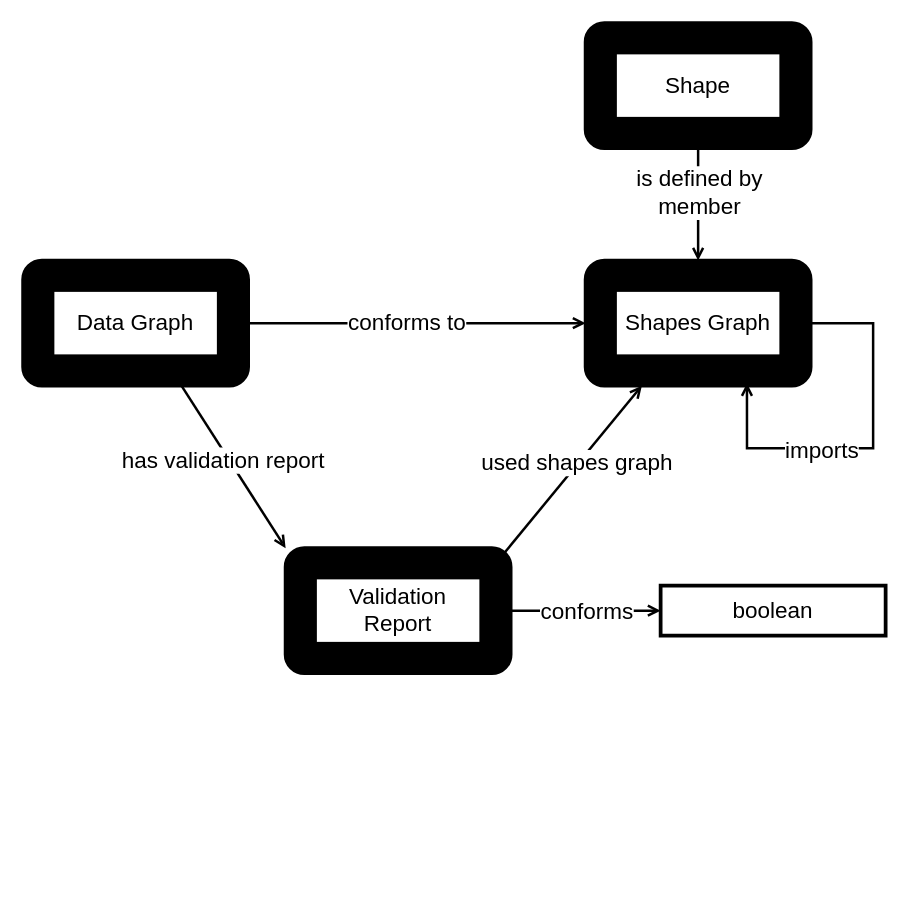
This is page "profiles vocab" (4 of 4) of shacl12-profiling/img/shacl-profiles.drawio from w3c/data-shapes, a draw.io file, before an edit. Source tidied: cells renumbered, new cells numbered last; positions are measured from the earlier drawing's top-left corner, leaving out a move shared by most shapes. Both pictures are drawn from the tidied source at 125%, with x=0, y=0 at pixel (22, 22).
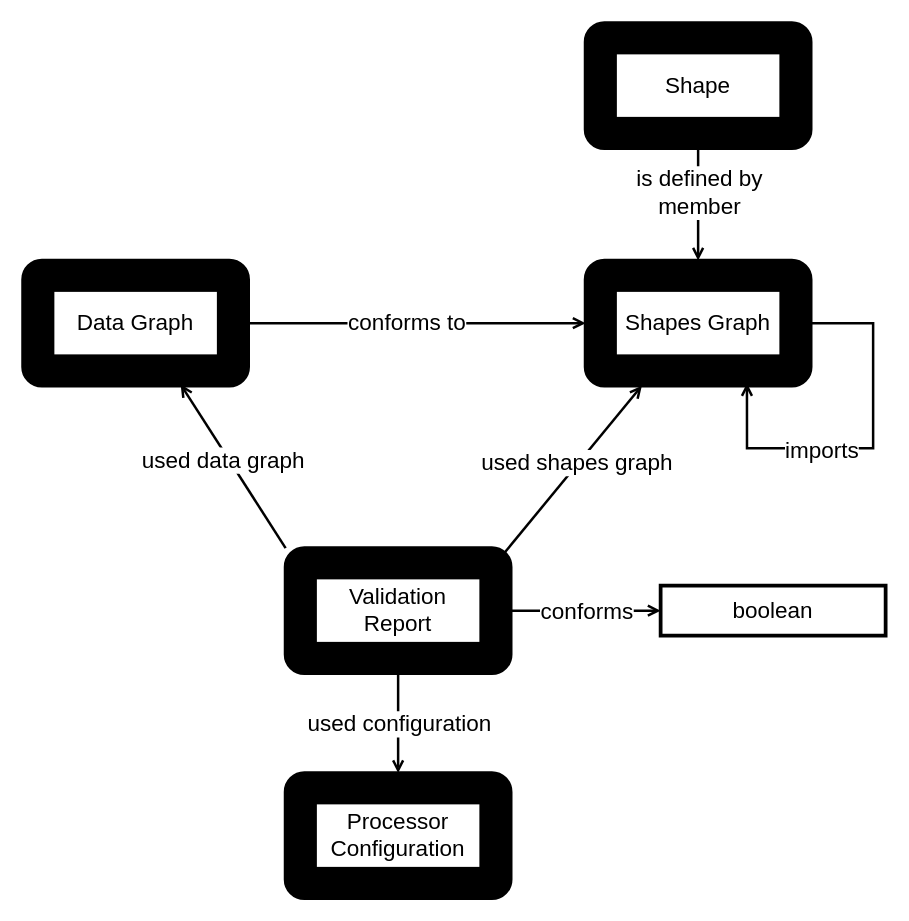
Above is the later version.

Unchanged cells that the change refers to:
```xml
<mxCell id="13" style="group;fontSize=18;" parent="1" vertex="1">
  <mxGeometry x="210" y="420" width="180" height="100" as="geometry" />
</mxCell>
<mxCell id="16" style="group;fontSize=18;" parent="1" vertex="1">
  <mxGeometry y="190" width="180" height="100" as="geometry" />
</mxCell>
<mxCell id="24" style="group;fontSize=18;" parent="1" vertex="1">
  <mxGeometry x="450" width="180" height="100" as="geometry" />
</mxCell>
```

The edit, as a diff of the source:
```diff
@@
-    <mxCell id="6" style="rounded=0;jettySize=auto;html=1;entryX=0;entryY=0;entryDx=0;entryDy=0;endArrow=open;endFill=0;strokeWidth=2;exitX=0.7;exitY=0.99;exitDx=0;exitDy=0;exitPerimeter=0;" parent="1" edge="1" source="17" target="14">
+    <mxCell id="6" style="rounded=0;jettySize=auto;html=1;entryX=0;entryY=0;entryDx=0;entryDy=0;endArrow=none;endFill=0;strokeWidth=2;exitX=0.7;exitY=0.99;exitDx=0;exitDy=0;exitPerimeter=0;startArrow=open;startFill=0;" parent="1" edge="1" source="17" target="14">
       <mxGeometry relative="1" as="geometry" />
     </mxCell>
-    <mxCell id="7" value="has validation report" style="edgeLabel;html=1;align=center;verticalAlign=middle;fontSize=18;" parent="6" vertex="1">
+    <mxCell id="7" value="used data graph" style="edgeLabel;html=1;align=center;verticalAlign=middle;fontSize=18;" parent="6" vertex="1">
       <mxGeometry x="-0.24" y="2" relative="1" as="geometry">
         <mxPoint y="12" as="offset" />
       </mxGeometry>
     </mxCell>
@@
-    <mxCell id="14" style="rounded=1;whiteSpace=wrap;html=1;fillStyle=hatch;fillColor=light-dark(#000000, #512d2b);strokeColor=#000000;strokeWidth=3;" parent="13" vertex="1">
+    <mxCell id="14" style="rounded=1;whiteSpace=wrap;html=1;fillStyle=hatch;fillColor=light-dark(#000000, #512d2b);strokeColor=default;strokeWidth=3;" parent="13" vertex="1">
       <mxGeometry width="180" height="100" as="geometry" />
     </mxCell>
@@
-    <mxCell id="17" style="rounded=1;whiteSpace=wrap;html=1;fillStyle=hatch;fillColor=light-dark(#000000, #512d2b);strokeColor=#000000;strokeWidth=3;" parent="16" vertex="1">
+    <mxCell id="17" style="rounded=1;whiteSpace=wrap;html=1;fillStyle=hatch;fillColor=light-dark(#000000, #512d2b);strokeColor=default;strokeWidth=3;" parent="16" vertex="1">
       <mxGeometry width="180" height="100" as="geometry" />
     </mxCell>
@@
-    <mxCell id="19" style="group;fontSize=18;strokeWidth=2;" parent="1" vertex="1">
+    <mxCell id="19" style="group;fontSize=18;strokeWidth=2;strokeColor=none;" parent="1" vertex="1">
       <mxGeometry x="450" y="190" width="180" height="100" as="geometry" />
     </mxCell>
@@
-    <mxCell id="22" style="rounded=1;whiteSpace=wrap;html=1;fillStyle=hatch;fillColor=light-dark(#000000, #512d2b);strokeColor=#000000;strokeWidth=3;" parent="19" vertex="1">
+    <mxCell id="22" style="rounded=1;whiteSpace=wrap;html=1;fillStyle=hatch;fillColor=light-dark(#000000, #512d2b);strokeColor=default;strokeWidth=3;" parent="19" vertex="1">
       <mxGeometry width="180" height="100" as="geometry" />
     </mxCell>
@@
-    <mxCell id="25" style="rounded=1;whiteSpace=wrap;html=1;fillStyle=hatch;fillColor=light-dark(#000000, #512d2b);strokeColor=#000000;strokeWidth=3;" parent="24" vertex="1">
+    <mxCell id="25" style="rounded=1;whiteSpace=wrap;html=1;fillStyle=hatch;fillColor=light-dark(#000000, #512d2b);strokeColor=default;strokeWidth=3;" parent="24" vertex="1">
       <mxGeometry width="180" height="100" as="geometry" />
     </mxCell>
@@
+    <mxCell id="27" style="group;fontSize=18;" parent="1" vertex="1">
+      <mxGeometry x="210" y="600" width="180" height="100" as="geometry" />
+    </mxCell>
+    <mxCell id="28" style="rounded=1;whiteSpace=wrap;html=1;fillStyle=hatch;fillColor=light-dark(#000000, #512d2b);strokeColor=default;strokeWidth=3;" parent="27" vertex="1">
+      <mxGeometry width="180" height="100" as="geometry" />
+    </mxCell>
+    <mxCell id="29" value="Processor Configuration" style="text;html=1;whiteSpace=wrap;strokeColor=none;fillColor=default;align=center;verticalAlign=middle;rounded=0;fillStyle=solid;perimeterSpacing=8;fontSize=18;" parent="27" vertex="1">
+      <mxGeometry x="25" y="25" width="130" height="50" as="geometry" />
+    </mxCell>
+    <mxCell id="30" style="rounded=0;jettySize=auto;html=1;endArrow=open;endFill=0;strokeWidth=2;exitX=0.5;exitY=1;exitDx=0;exitDy=0;entryX=0.5;entryY=0;entryDx=0;entryDy=0;" parent="1" edge="1" source="14" target="28">
+      <mxGeometry relative="1" as="geometry" />
+    </mxCell>
+    <mxCell id="31" value="used configuration" style="edgeLabel;html=1;align=center;verticalAlign=middle;fontSize=18;" parent="30" vertex="1">
+      <mxGeometry x="0.08" y="2" relative="1" as="geometry">
+        <mxPoint x="-2" y="-3" as="offset" />
+      </mxGeometry>
+    </mxCell>
```
